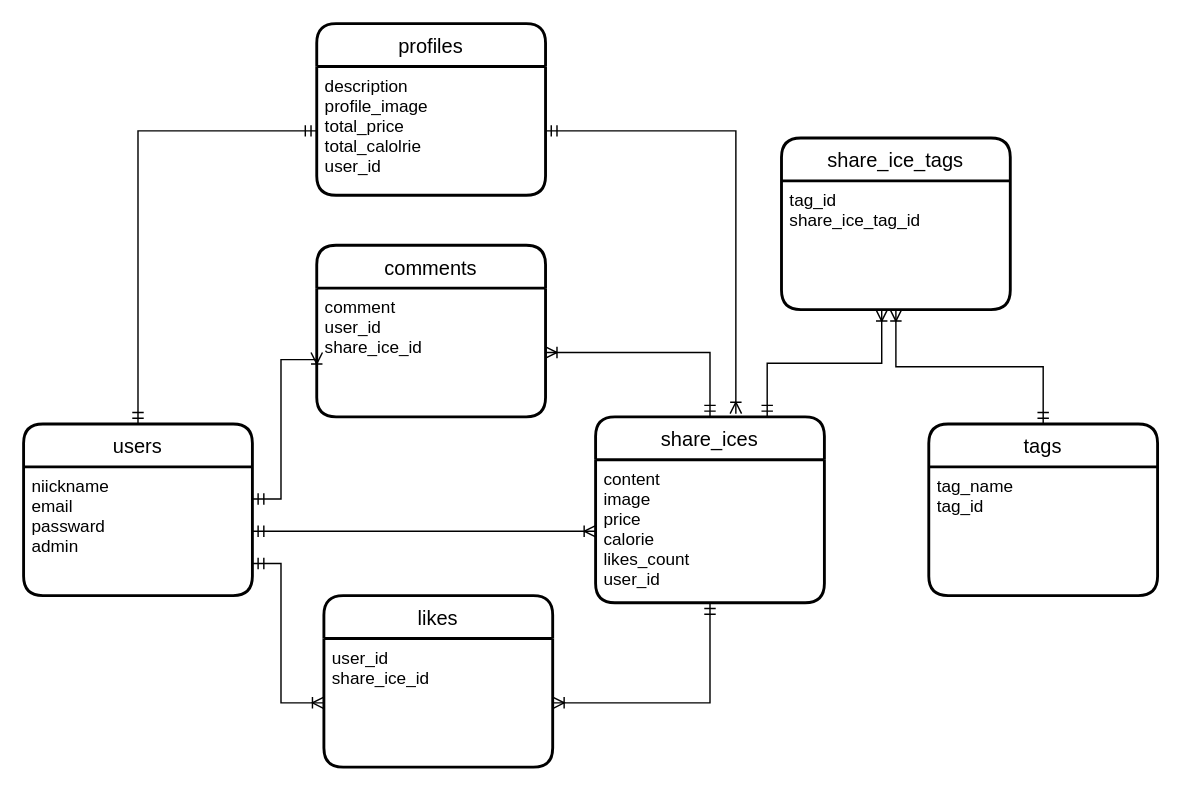
Above: ER図.dio in hakanaidomu/share_ice (draw.io), before the change. Source tidied: cells renumbered, new cells numbered last; positions are measured from the earlier drawing's top-left corner, leaving out a move shared by most shapes. Both pictures are drawn from the tidied source at 143%, with x=0, y=0 at pixel (23, 23).
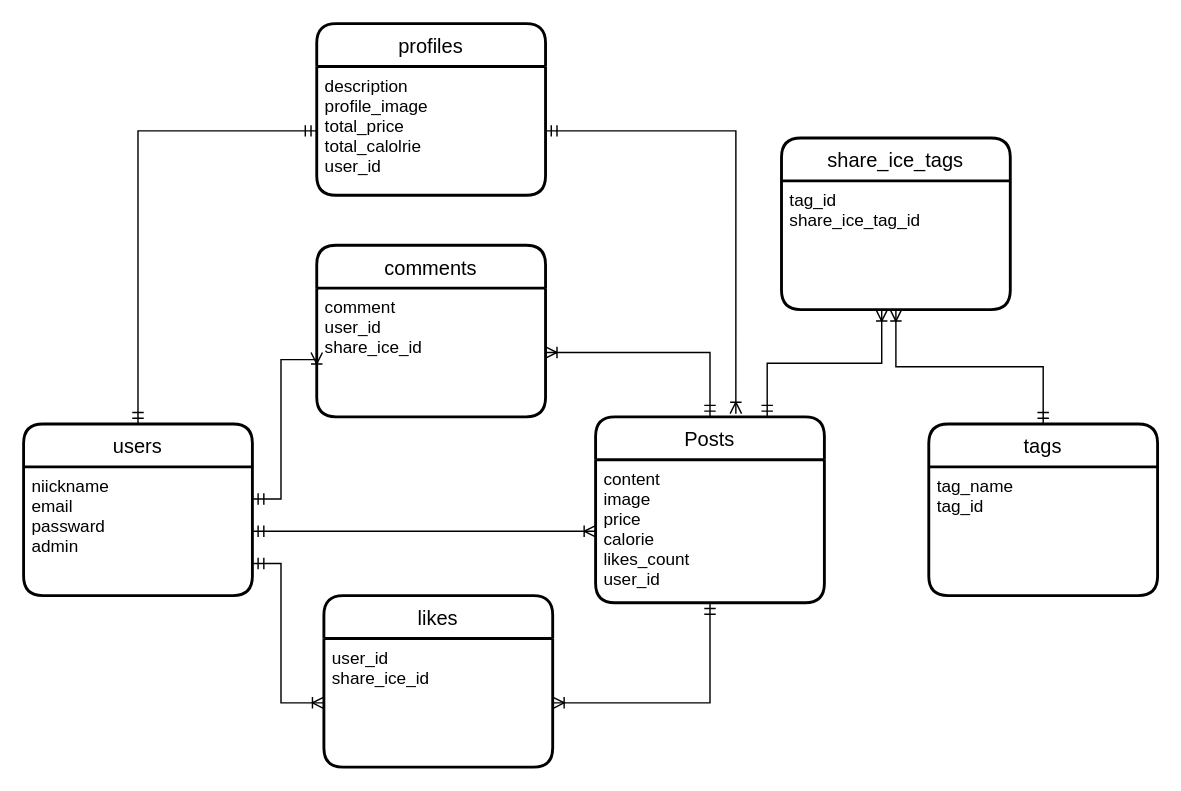
After the change.

Diff of the diagram source:
```diff
@@
-    <mxCell id="8" value="share_ices" style="swimlane;horizontal=1;startSize=30;rounded=1;fontSize=14;fontStyle=0;strokeWidth=2;shadow=0;dashed=0;align=center;" parent="1" vertex="1">
+    <mxCell id="8" value="Posts" style="swimlane;horizontal=1;startSize=30;rounded=1;fontSize=14;fontStyle=0;strokeWidth=2;shadow=0;dashed=0;align=center;" parent="1" vertex="1">
       <mxGeometry x="400" y="275" width="160" height="130" as="geometry" />
     </mxCell>
```
